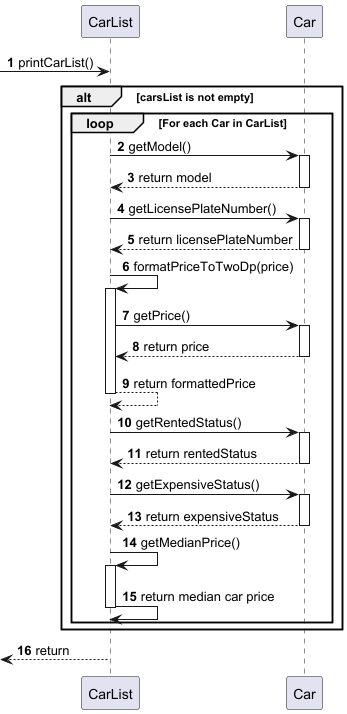
Before: docs/images/ListCarsSequence.png, a diagram exported from PlantUML (rexkoh425/tp). Its diagram source:
```plantuml
@startuml

autonumber

-> CarList : printCarList()
alt carsList is not empty
    loop For each Car in CarList
        CarList -> Car : getModel()
        activate Car
            Car --> CarList : return model
        deactivate Car
        CarList -> Car : getLicensePlateNumber()
        activate Car
            Car --> CarList : return licensePlateNumber
        deactivate Car
        CarList -> CarList : formatPriceToTwoDp(price)
        activate CarList
            CarList -> Car : getPrice()
                activate Car
                    Car --> CarList : return price
                deactivate Car
            CarList --> CarList : return formattedPrice
        deactivate CarList
        CarList -> Car : getRentedStatus()
        activate Car
            Car --> CarList : return rentedStatus
        deactivate Car
        CarList -> Car : getExpensiveStatus()
        activate Car
            Car --> CarList : return expensiveStatus
        deactivate Car
        CarList -> CarList : getMedianPrice()
        activate CarList
            CarList -> CarList : return median car price
        deactivate CarList
    end loop
end alt
<-- CarList : return
@enduml
```
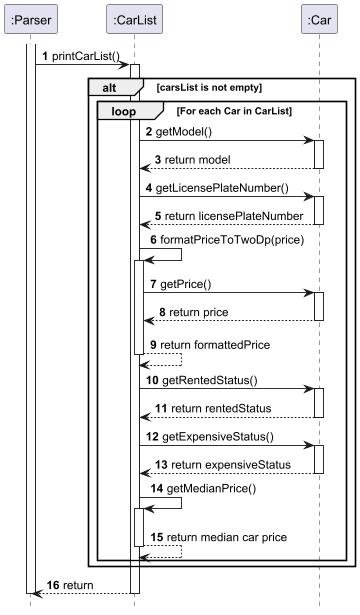
After the commit.

Change to the diagram source:
```diff
@@ -2,7 +2,13 @@
 
 autonumber
 
--> CarList : printCarList()
+participant ":Parser" as Parser
+participant ":CarList" as CarList
+participant ":Car" as Car
+
+activate Parser
+Parser -> CarList : printCarList()
+activate CarList
 alt carsList is not empty
     loop For each Car in CarList
         CarList -> Car : getModel()
@@ -31,9 +37,12 @@
         deactivate Car
         CarList -> CarList : getMedianPrice()
         activate CarList
-            CarList -> CarList : return median car price
+            CarList --> CarList : return median car price
         deactivate CarList
     end loop
 end alt
-<-- CarList : return
+Parser <-- CarList : return
+deactivate CarList
+deactivate Parser
+hide footbox
 @enduml
```
